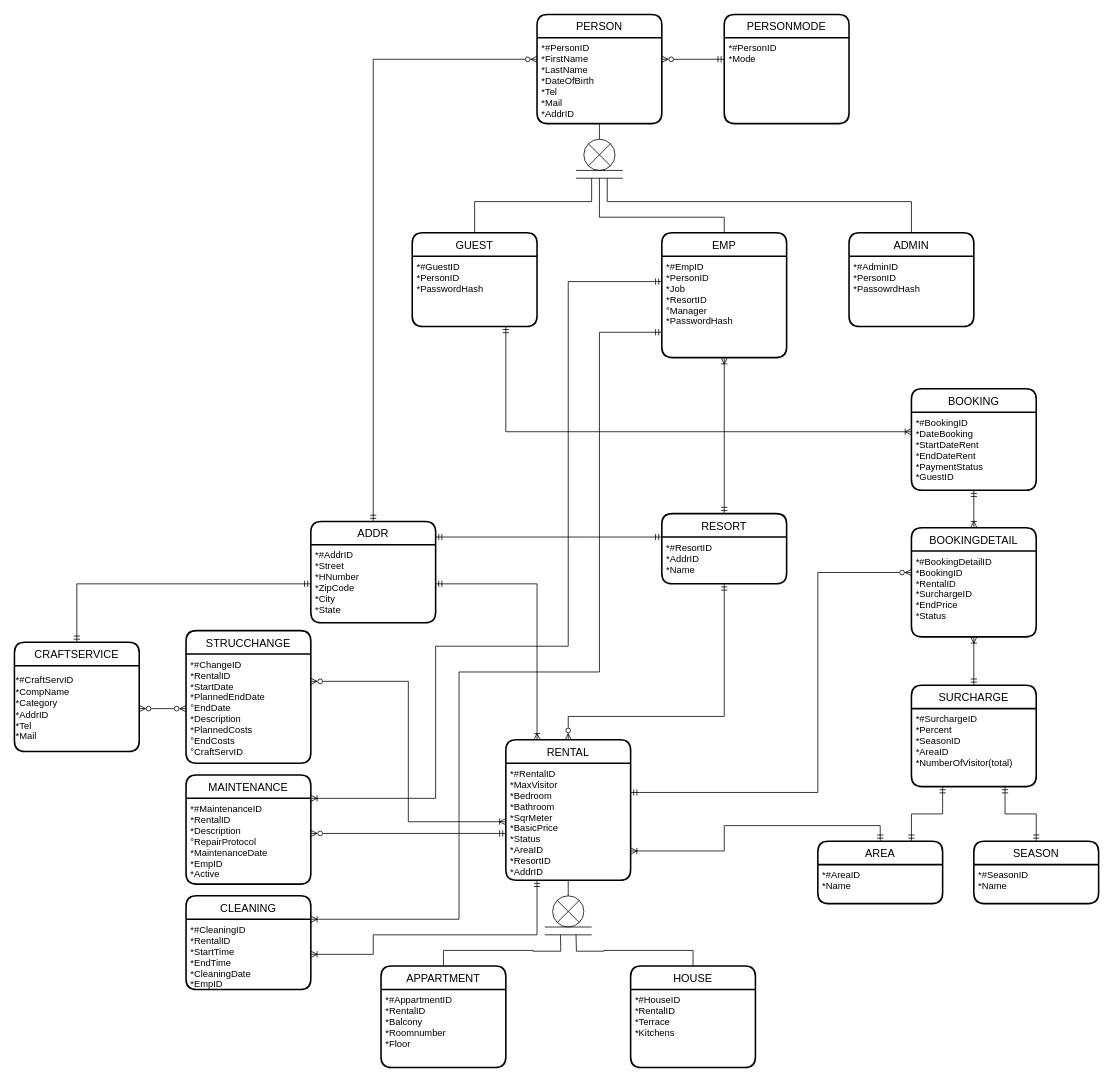
This is ProjektdateienDatenbank/Sunshine Parks ERM v6.drawio from hatta137/sunshineparks, a draw.io file, before an edit. Source tidied: cells renumbered, new cells numbered last; positions are measured from the earlier drawing's top-left corner, leaving out a move shared by most shapes. Both pictures are drawn from the tidied source at 78%, with x=0, y=0 at pixel (14, 14).
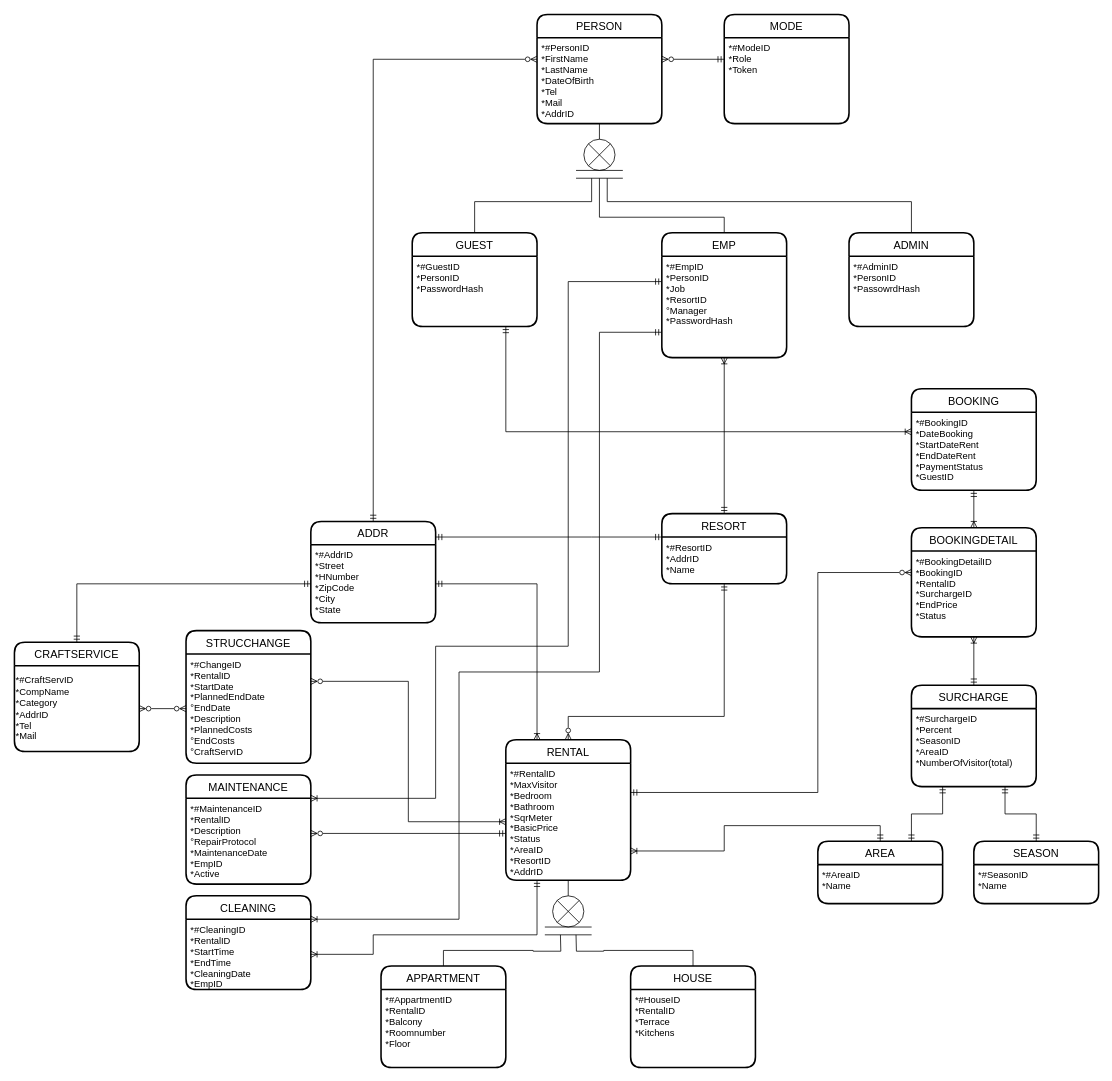
The same page after the edit.

What changed in the source:
```diff
@@
-    <mxCell id="74" value="PERSONMODE" style="swimlane;horizontal=1;startSize=30;rounded=1;fontSize=14;fontStyle=0;strokeWidth=2;shadow=0;dashed=0;align=center;" parent="1" vertex="1">
+    <mxCell id="74" value="MODE" style="swimlane;horizontal=1;startSize=30;rounded=1;fontSize=14;fontStyle=0;strokeWidth=2;shadow=0;dashed=0;align=center;" parent="1" vertex="1">
       <mxGeometry x="910" width="160" height="140" as="geometry" />
     </mxCell>
-    <mxCell id="75" value="*#PersonID&#10;*Mode&#10;" style="align=left;strokeColor=none;fillColor=none;spacingLeft=4;fontSize=12;verticalAlign=top;" parent="74" vertex="1">
+    <mxCell id="75" value="*#ModeID&#10;*Role&#10;*Token&#10;" style="align=left;strokeColor=none;fillColor=none;spacingLeft=4;fontSize=12;verticalAlign=top;" parent="74" vertex="1">
       <mxGeometry y="30" width="160" height="110" as="geometry" />
     </mxCell>
```
